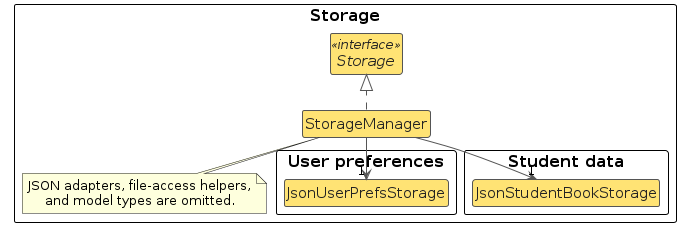
Above: diagrams/StorageClassDiagram.png in AY2627S1-CS2103T-T16-1/tp (PlantUML), before the change. Its source is kept beside it as diagrams/StorageClassDiagram.puml.
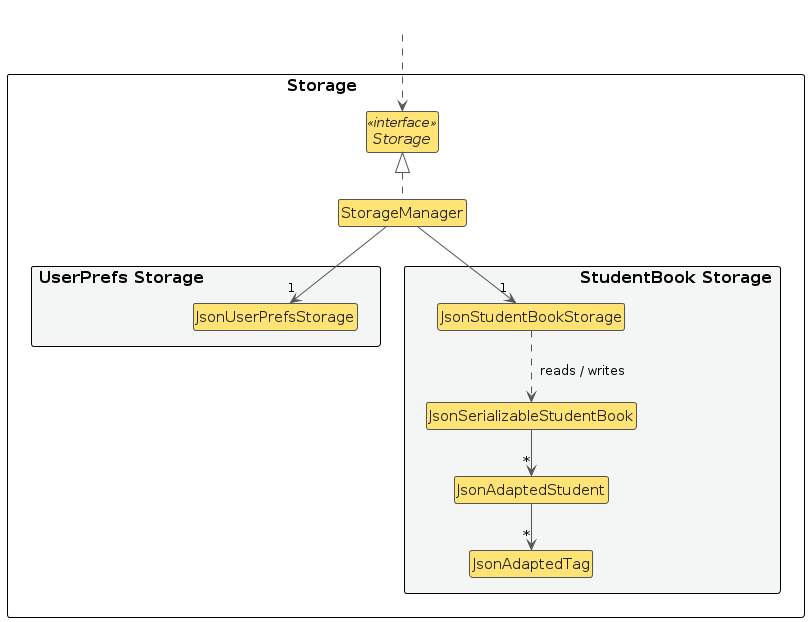
Later version of the same file.

What changed in the source:
```diff
@@ -6,26 +6,31 @@
 skinparam classBorderColor #555555
 skinparam arrowColor #555555
 skinparam ArrowFontStyle plain
-skinparam nodesep 45
-skinparam ranksep 40
+skinparam nodesep 80
+skinparam ranksep 45
+skinparam packageTitleAlignment center
+skinparam packageFontSize 16
 
-!pragma layout smetana
-package "Storage" as StorageComponent {
+package "Storage<U+00A0><U+00A0><U+00A0><U+00A0><U+00A0><U+00A0><U+00A0><U+00A0><U+00A0><U+00A0><U+00A0><U+00A0><U+00A0><U+00A0><U+00A0><U+00A0><U+00A0><U+00A0><U+00A0><U+00A0><U+00A0><U+00A0><U+00A0><U+00A0><U+00A0><U+00A0><U+00A0><U+00A0>" as StorageComponent {
 interface Storage <<interface>>
 class StorageManager
-package "User preferences" {
+package "UserPrefs Storage<U+00A0><U+00A0><U+00A0><U+00A0><U+00A0><U+00A0><U+00A0><U+00A0><U+00A0><U+00A0><U+00A0><U+00A0><U+00A0><U+00A0><U+00A0><U+00A0><U+00A0><U+00A0><U+00A0><U+00A0><U+00A0><U+00A0><U+00A0><U+00A0><U+00A0><U+00A0><U+00A0><U+00A0>" as UserPrefsGroup #F4F6F6 {
 class JsonUserPrefsStorage
 }
-package "Student data" {
+package "<U+00A0><U+00A0><U+00A0><U+00A0><U+00A0><U+00A0><U+00A0><U+00A0><U+00A0><U+00A0><U+00A0><U+00A0><U+00A0><U+00A0><U+00A0><U+00A0><U+00A0><U+00A0><U+00A0><U+00A0><U+00A0><U+00A0><U+00A0><U+00A0><U+00A0><U+00A0><U+00A0><U+00A0>StudentBook Storage" as StudentBookGroup #F4F6F6 {
 class JsonStudentBookStorage
+class JsonSerializableStudentBook
+class JsonAdaptedStudent
+class JsonAdaptedTag
 }
 
 StorageManager .up.|> Storage
-StorageManager --> "1" JsonUserPrefsStorage
-StorageManager --> "1" JsonStudentBookStorage
-note bottom of StorageManager
-  JSON adapters, file-access helpers,
-  and model types are omitted.
-end note
+StorageManager -down-> "1" JsonUserPrefsStorage
+StorageManager -down-> "1" JsonStudentBookStorage
+JsonStudentBookStorage ..> JsonSerializableStudentBook : <U+00A0><U+00A0>reads / writes
+JsonSerializableStudentBook --> "*" JsonAdaptedStudent
+JsonAdaptedStudent --> "*" JsonAdaptedTag
 }
+class " " as Outside #transparent;line:transparent
+Outside ..> Storage
 @enduml
```
